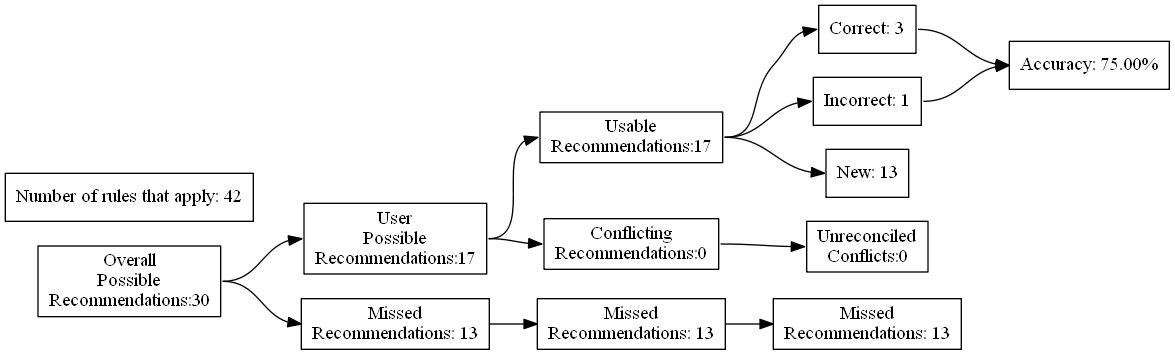
ZaxR/ibd_diet_analysis keeps this Graphviz diagram as test_renders/19.gv.png. Above is the earlier version. Its source is kept beside it as test_renders/19.gv.
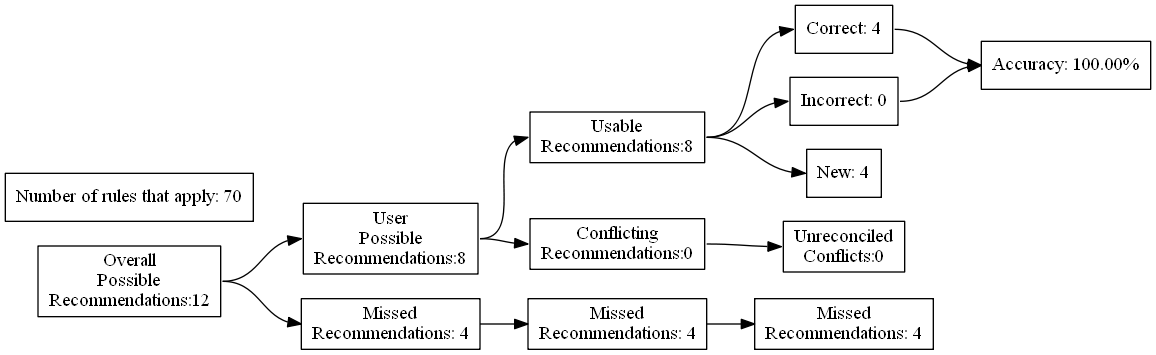
After the change.

The edit, as a diff of the source:
```diff
@@ -4,27 +4,27 @@
 	edge [headport=w tailport=e]
 		A [label="Overall
 Possible
-Recommendations:30"]
+Recommendations:12"]
 		B [label="User
 Possible
-Recommendations:17"]
+Recommendations:8"]
 		C [label="Missed
-Recommendations: 13"]
+Recommendations: 4"]
 		D [label="Usable
-Recommendations:17"]
+Recommendations:8"]
 		E [label="Conflicting
 Recommendations:0"]
 		J [label="Missed
-Recommendations: 13"]
+Recommendations: 4"]
 		M [label="Unreconciled
 Conflicts:0"]
-		F [label="Correct: 3"]
-		G [label="Incorrect: 1"]
-		H [label="New: 13"]
+		F [label="Correct: 4"]
+		G [label="Incorrect: 0"]
+		H [label="New: 4"]
 		K [label="Missed
-Recommendations: 13"]
-		I [label="Accuracy: 75.00%"]
-		l [label="Number of rules that apply: 42"]
+Recommendations: 4"]
+		I [label="Accuracy: 100.00%"]
+		l [label="Number of rules that apply: 70"]
 			A -> B
 			A -> C
 			B -> D
```
